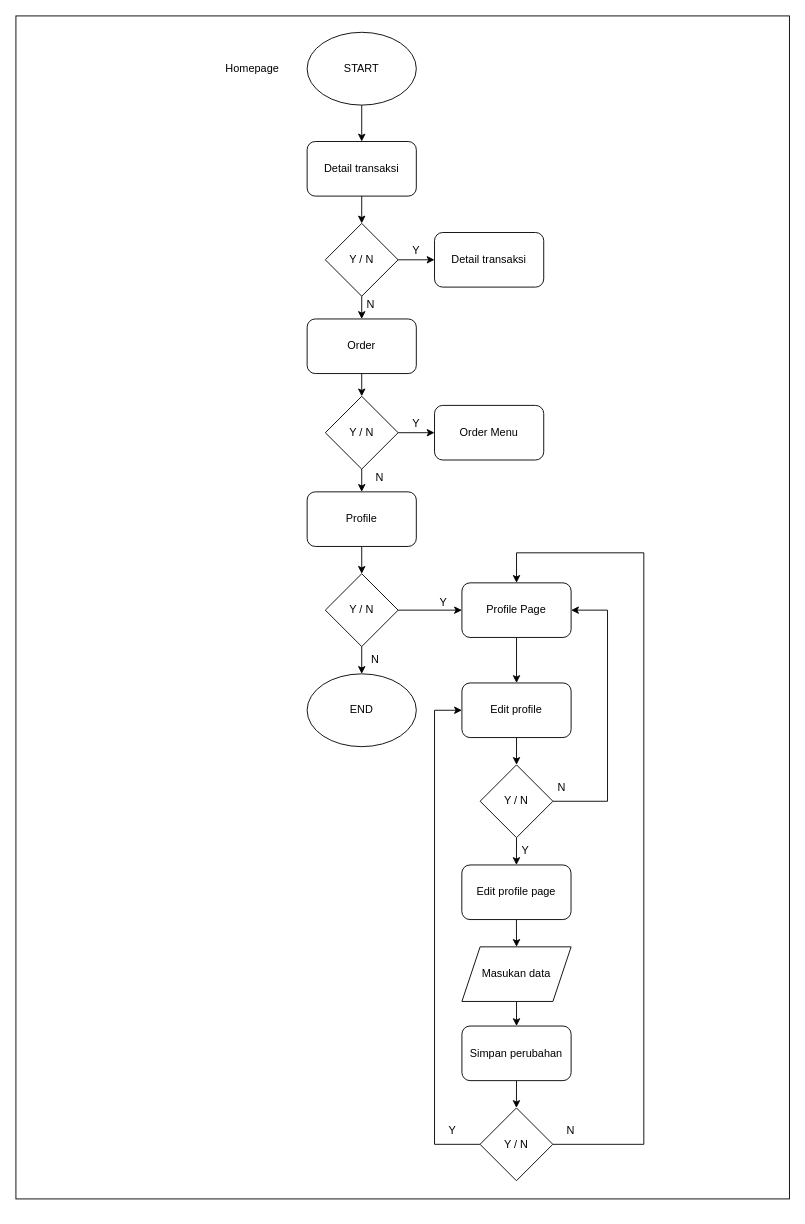
The draw.io diagram page "pemilikHomePage" (3 of 7) of Untitled Diagram.drawio in dekuwimasnto/KUMAPU, before the edit. Source tidied: cells renumbered, new cells numbered last; positions are measured from the earlier drawing's top-left corner, leaving out a move shared by most shapes. Both pictures are drawn from the tidied source at 91%, with x=0, y=0 at pixel (15, 15).
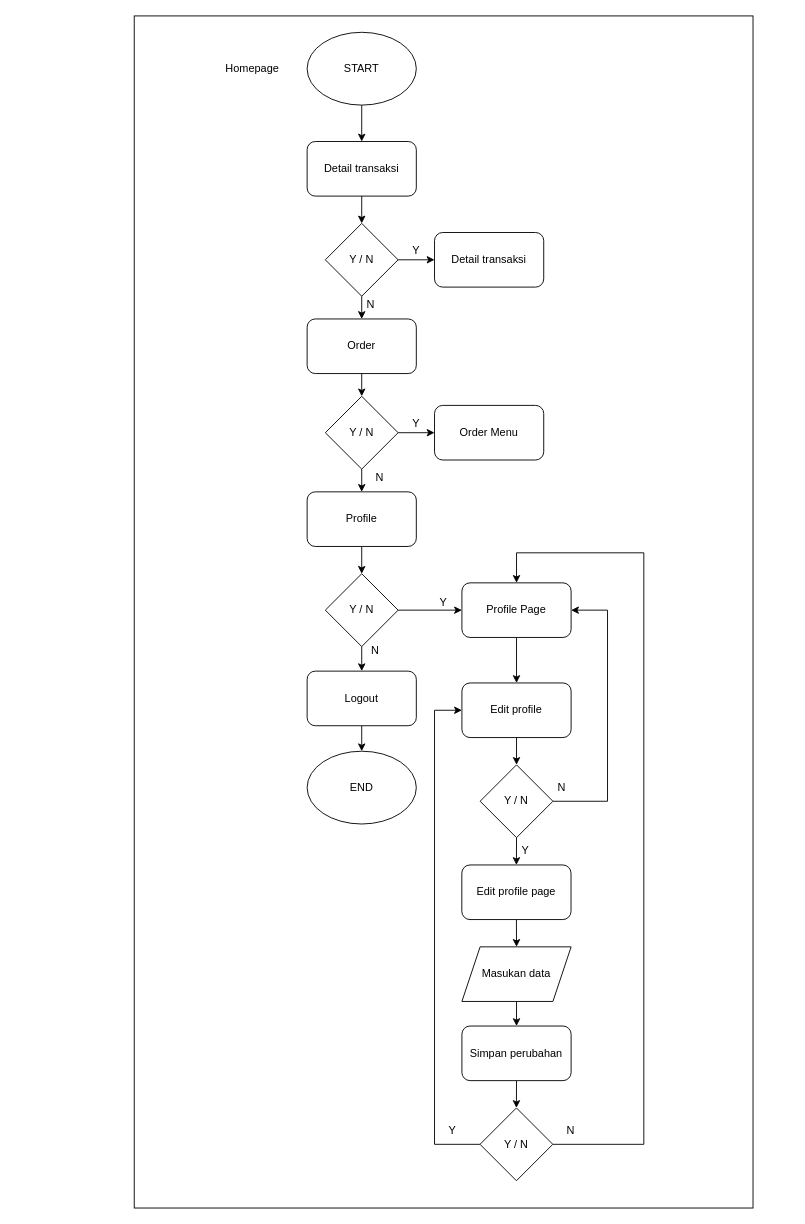
The same diagram, later.

The change refers to these unchanged cells:
```xml
<mxCell id="25" value="Y / N" style="rhombus;whiteSpace=wrap;html=1;" parent="1" vertex="1">
  <mxGeometry x="340" y="613" width="80" height="80" as="geometry" />
</mxCell>
```

Diff of the diagram source:
```diff
@@
-    <mxCell id="2" style="rounded=0;whiteSpace=wrap;html=1;" parent="1" vertex="1">
-      <mxGeometry width="850" height="1300" as="geometry" />
-    </mxCell>
+    <mxCell id="50" style="rounded=0;whiteSpace=wrap;html=1;" parent="1" vertex="1">
+      <mxGeometry x="130" width="680" height="1310" as="geometry" />
+    </mxCell>
@@
-    <mxCell id="24" style="edgeStyle=orthogonalEdgeStyle;rounded=0;jettySize=auto;html=1;exitX=0.5;exitY=1;exitDx=0;exitDy=0;entryX=0.5;entryY=0;entryDx=0;entryDy=0;" parent="1" edge="1" source="25" target="31">
-      <mxGeometry relative="1" as="geometry" />
-    </mxCell>
+    <mxCell id="51" style="edgeStyle=orthogonalEdgeStyle;rounded=0;jettySize=auto;html=1;exitX=0.5;exitY=1;exitDx=0;exitDy=0;entryX=0.5;entryY=0;entryDx=0;entryDy=0;" parent="1" edge="1" source="25" target="53">
+      <mxGeometry relative="1" as="geometry" />
+    </mxCell>
@@
     <mxCell id="30" value="N" style="text;html=1;strokeColor=none;fillColor=none;align=center;verticalAlign=middle;whiteSpace=wrap;rounded=0;" parent="1" vertex="1">
-      <mxGeometry x="365" y="693" width="60" height="30" as="geometry" />
+      <mxGeometry x="365" y="683" width="60" height="30" as="geometry" />
     </mxCell>
     <mxCell id="31" value="END" style="ellipse;whiteSpace=wrap;html=1;" parent="1" vertex="1">
-      <mxGeometry x="320" y="723" width="120" height="80" as="geometry" />
+      <mxGeometry x="320" y="808" width="120" height="80" as="geometry" />
     </mxCell>
@@
+    <mxCell id="52" style="edgeStyle=orthogonalEdgeStyle;rounded=0;jettySize=auto;html=1;exitX=0.5;exitY=1;exitDx=0;exitDy=0;entryX=0.5;entryY=0;entryDx=0;entryDy=0;" parent="1" edge="1" source="53" target="31">
+      <mxGeometry relative="1" as="geometry" />
+    </mxCell>
+    <mxCell id="53" value="Logout" style="rounded=1;whiteSpace=wrap;html=1;" parent="1" vertex="1">
+      <mxGeometry x="320" y="720" width="120" height="60" as="geometry" />
+    </mxCell>
```
